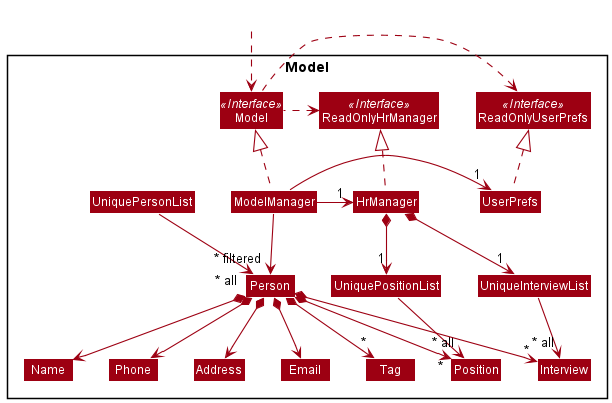
Earlier version of the PlantUML export docs/images/ModelClassDiagram.png (seaweediman/tp).
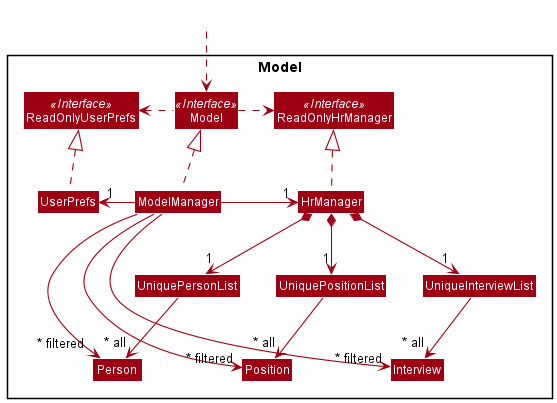
Later version of the same file.

Commit message:
Updated model diagram

Change to the diagram source:
```diff
@@ -20,11 +20,6 @@
 Class UniquePositionList
 Class UniqueInterviewList
 Class Person
-Class Address
-Class Email
-Class Name
-Class Phone
-Class Tag
 Class Position
 Class Interview
 
@@ -36,29 +31,20 @@
 HrManager .up.|> ReadOnlyHrManager
 
 ModelManager .up.|> Model
-Model .right.> ReadOnlyUserPrefs
-Model .left.> ReadOnlyHrManager
+Model .left.> ReadOnlyUserPrefs
+Model .right.> ReadOnlyHrManager
 ModelManager -left-> "1" HrManager
 ModelManager -right-> "1" UserPrefs
 UserPrefs .up.|> ReadOnlyUserPrefs
 
 HrManager *--> "1" UniquePositionList
 HrManager *--> "1" UniqueInterviewList
+HrManager *--> "1" UniquePersonList
 UniquePersonList --> "~* all" Person
 UniquePositionList --> "~* all" Position
 UniqueInterviewList --> "~* all" Interview
 
-Person *--> "*" Position
-Person *--> "*" Interview
-Person *--> Name
-Person *--> Phone
-Person *--> Email
-Person *--> Address
-Person *--> "*" Tag
-
-Name -[hidden]right-> Phone
-Phone -[hidden]right-> Address
-Address -[hidden]right-> Email
-
+ModelManager -->"~* filtered" Position
 ModelManager -->"~* filtered" Person
+ModelManager -->"~* filtered" Interview
 @enduml
```
